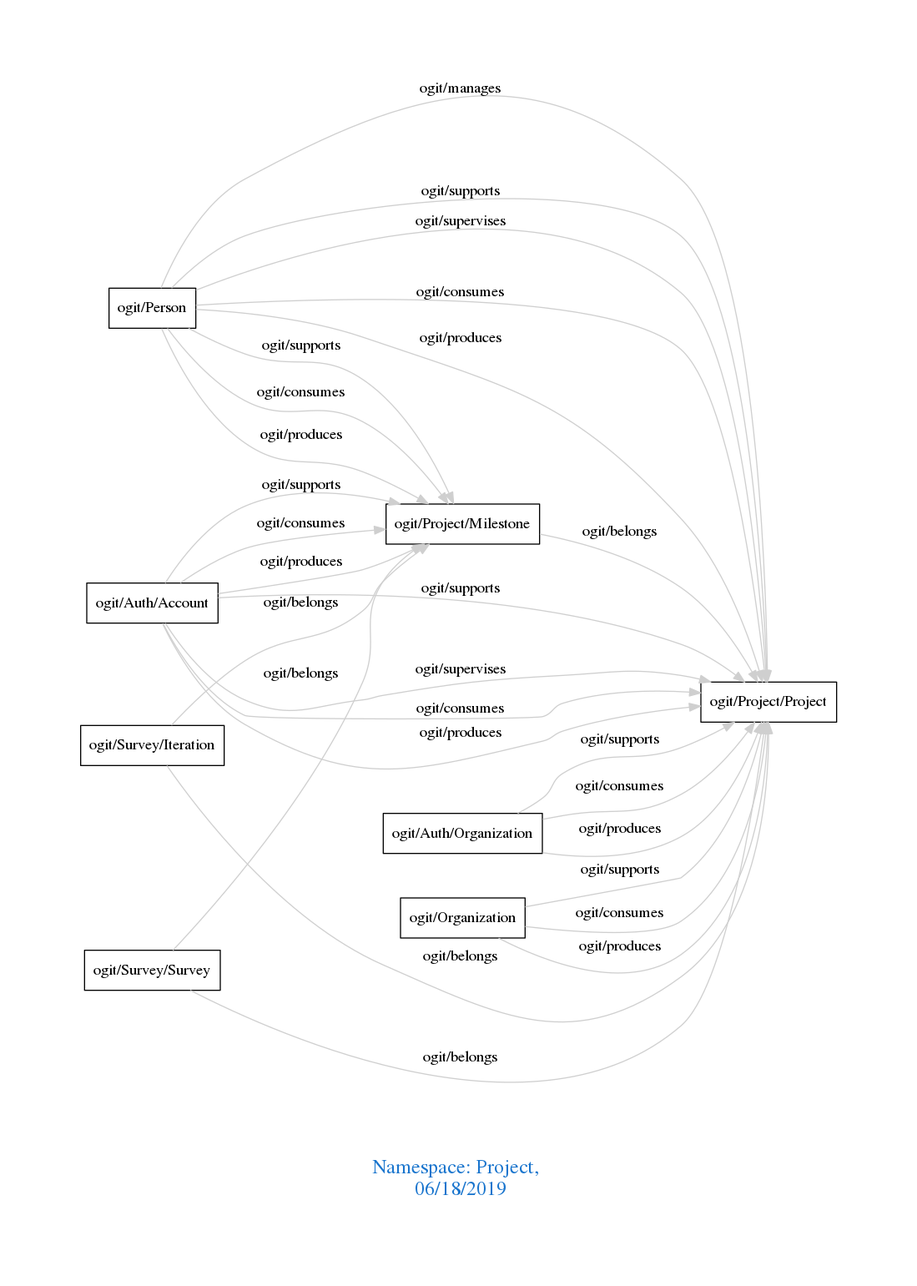
Before: downloads/Project.png, a diagram exported from Graphviz (arago/OGIT). Its source is kept beside it as downloads/Project.dot.
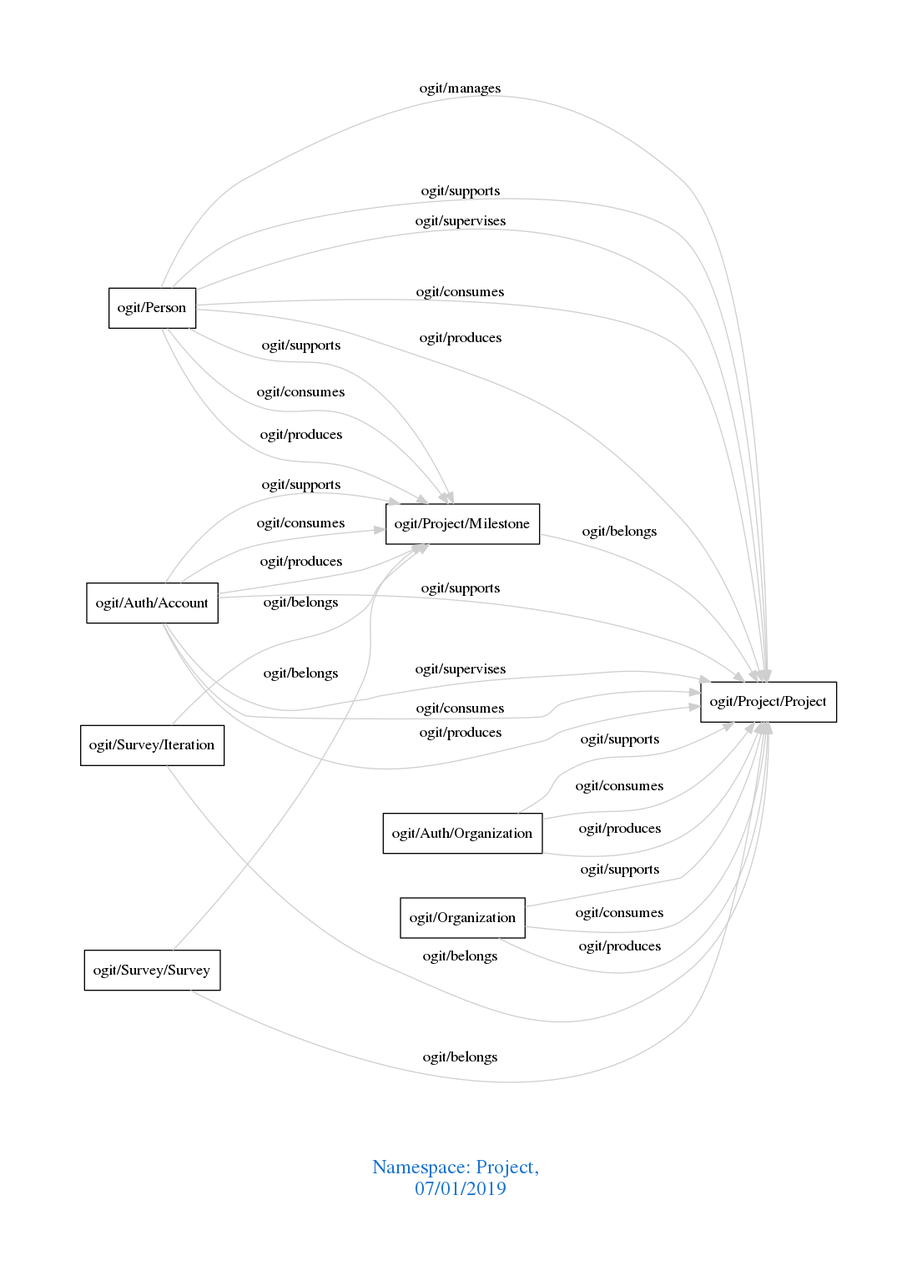
After the commit.

What changed in the source:
```diff
@@ -1,7 +1,7 @@
 digraph OGIT_ontology {
  graph [ rankdir= LR,pad=1
 fontsize = 18,
-fontcolor= dodgerblue3,label = "\n\n\nNamespace: Project, \n 06/18/2019"];
+fontcolor= dodgerblue3,label = "\n\n\nNamespace: Project, \n 07/01/2019"];
 node[shape=polygon];
 edge [  color="gray81"];
 
```
